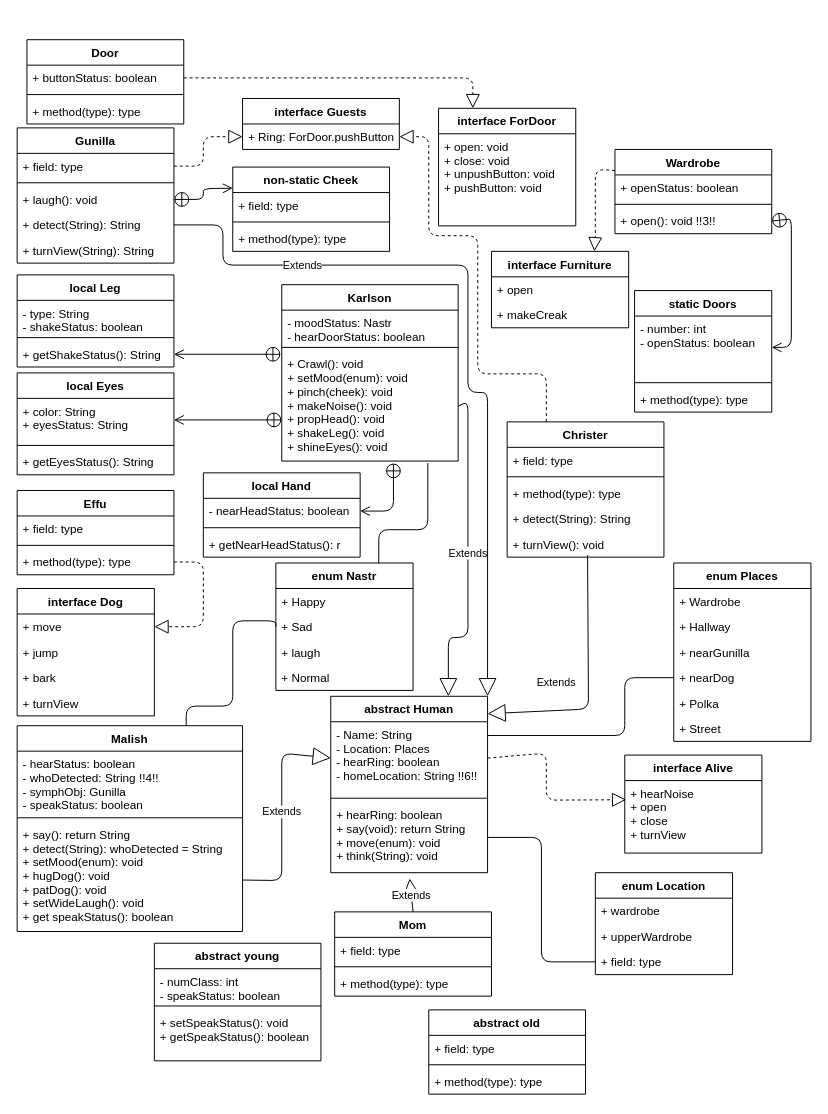
This is ClassDiagramm.drawio from dmittrey/PROG, a draw.io file, before an edit. Source tidied: cells renumbered, new cells numbered last; positions are measured from the earlier drawing's top-left corner, leaving out a move shared by most shapes. Both pictures are drawn from the tidied source at 98%, with x=0, y=0 at pixel (17, 39).
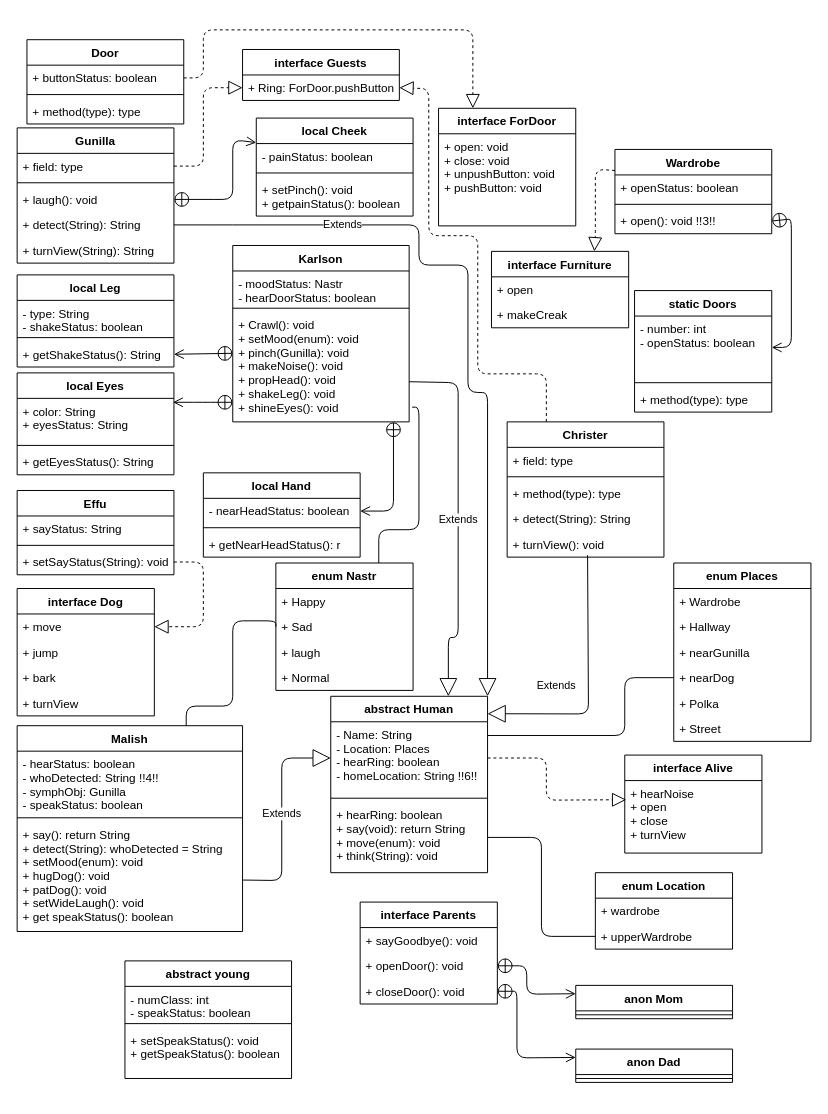
Above is the later version.

Unchanged cells that the change refers to:
```xml
<mxCell id="2" value="Malish" style="swimlane;fontStyle=1;align=center;verticalAlign=top;horizontal=1;startSize=26;" parent="1" vertex="1">
  <mxGeometry y="700" width="230" height="210" as="geometry" />
</mxCell>
<mxCell id="21" value="+ hearNoise&#10;+ open&#10;+ close&#10;+ turnView&#10;" style="text;strokeColor=none;fillColor=none;align=left;verticalAlign=top;spacingLeft=4;spacingRight=4;overflow=hidden;points=[[0,0.5],[1,0.5]];portConstraint=eastwest;" parent="20" vertex="1">
  <mxGeometry y="26" width="140" height="74" as="geometry" />
</mxCell>
<mxCell id="35" value="interface ForDoor" style="swimlane;fontStyle=1;horizontal=1;startSize=26;fillColor=none;" parent="1" vertex="1">
  <mxGeometry x="430" y="70" width="140" height="120" as="geometry" />
</mxCell>
<mxCell id="38" value="+ buttonStatus: boolean" style="text;strokeColor=none;fillColor=none;align=left;verticalAlign=top;spacingLeft=4;spacingRight=4;overflow=hidden;points=[[0,0.5],[1,0.5]];portConstraint=eastwest;" parent="37" vertex="1">
  <mxGeometry y="26" width="160" height="26" as="geometry" />
</mxCell>
<mxCell id="41" value="enum Nastr" style="swimlane;fontStyle=1;horizontal=1;startSize=26;fillColor=none;" parent="1" vertex="1">
  <mxGeometry x="264" y="534" width="140" height="130" as="geometry" />
</mxCell>
<mxCell id="47" value="+ field: type" style="text;strokeColor=none;fillColor=none;align=left;verticalAlign=top;spacingLeft=4;spacingRight=4;overflow=hidden;points=[[0,0.5],[1,0.5]];portConstraint=eastwest;" parent="46" vertex="1">
  <mxGeometry y="26" width="160" height="26" as="geometry" />
</mxCell>
<mxCell id="49" value="+ laugh(): void" style="text;strokeColor=none;fillColor=none;align=left;verticalAlign=top;spacingLeft=4;spacingRight=4;overflow=hidden;points=[[0,0.5],[1,0.5]];portConstraint=eastwest;" parent="46" vertex="1">
  <mxGeometry y="60" width="160" height="26" as="geometry" />
</mxCell>
<mxCell id="50" value="+ detect(String): String" style="text;strokeColor=none;fillColor=none;align=left;verticalAlign=top;spacingLeft=4;spacingRight=4;overflow=hidden;points=[[0,0.5],[1,0.5]];portConstraint=eastwest;" parent="46" vertex="1">
  <mxGeometry y="86" width="160" height="26" as="geometry" />
</mxCell>
<mxCell id="52" value="Christer" style="swimlane;fontStyle=1;align=center;verticalAlign=top;horizontal=1;startSize=26;" parent="1" vertex="1">
  <mxGeometry x="500" y="390" width="160" height="138" as="geometry" />
</mxCell>
<mxCell id="57" value="+ turnView(): void&#10;" style="text;strokeColor=none;fillColor=none;align=left;verticalAlign=top;spacingLeft=4;spacingRight=4;overflow=hidden;points=[[0,0.5],[1,0.5]];portConstraint=eastwest;" parent="52" vertex="1">
  <mxGeometry y="112" width="160" height="26" as="geometry" />
</mxCell>
<mxCell id="65" value="+ Ring: ForDoor.pushButton" style="text;strokeColor=none;fillColor=none;align=left;verticalAlign=top;spacingLeft=4;spacingRight=4;overflow=hidden;points=[[0,0.5],[1,0.5]];portConstraint=eastwest;" parent="64" vertex="1">
  <mxGeometry y="26" width="160" height="26" as="geometry" />
</mxCell>
<mxCell id="71" value="abstract Human" style="swimlane;fontStyle=1;align=center;verticalAlign=top;horizontal=1;startSize=26;" parent="1" vertex="1">
  <mxGeometry x="320" y="670" width="160" height="180" as="geometry" />
</mxCell>
<mxCell id="72" value="- Name: String&#10;- Location: Places&#10;- hearRing: boolean&#10;- homeLocation: String !!6!!" style="text;strokeColor=none;fillColor=none;align=left;verticalAlign=top;spacingLeft=4;spacingRight=4;overflow=hidden;points=[[0,0.5],[1,0.5]];portConstraint=eastwest;" parent="71" vertex="1">
  <mxGeometry y="26" width="160" height="74" as="geometry" />
</mxCell>
<mxCell id="74" value="+ hearRing: boolean&#10;+ say(void): return String&#10;+ move(enum): void&#10;+ think(String): void" style="text;strokeColor=none;fillColor=none;align=left;verticalAlign=top;spacingLeft=4;spacingRight=4;overflow=hidden;points=[[0,0.5],[1,0.5]];portConstraint=eastwest;" parent="71" vertex="1">
  <mxGeometry y="108" width="160" height="72" as="geometry" />
</mxCell>
<mxCell id="85" value="+ upperWardrobe" style="text;strokeColor=none;fillColor=none;align=left;verticalAlign=top;spacingLeft=4;spacingRight=4;overflow=hidden;points=[[0,0.5],[1,0.5]];portConstraint=eastwest;" parent="83" vertex="1">
  <mxGeometry y="52" width="140" height="26" as="geometry" />
</mxCell>
<mxCell id="87" value="Effu" style="swimlane;fontStyle=1;align=center;verticalAlign=top;horizontal=1;startSize=26;" parent="1" vertex="1">
  <mxGeometry y="460" width="160" height="86" as="geometry" />
</mxCell>
<mxCell id="105" value="- nearHeadStatus: boolean" style="text;strokeColor=none;fillColor=none;align=left;verticalAlign=top;spacingLeft=4;spacingRight=4;overflow=hidden;points=[[0,0.5],[1,0.5]];portConstraint=eastwest;" parent="104" vertex="1">
  <mxGeometry y="26" width="160" height="26" as="geometry" />
</mxCell>
<mxCell id="111" value="+ getShakeStatus(): String" style="text;strokeColor=none;fillColor=none;align=left;verticalAlign=top;spacingLeft=4;spacingRight=4;overflow=hidden;points=[[0,0.5],[1,0.5]];portConstraint=eastwest;" parent="108" vertex="1">
  <mxGeometry y="68" width="160" height="26" as="geometry" />
</mxCell>
<mxCell id="115" value="+ color: String&#10;+ eyesStatus: String" style="text;strokeColor=none;fillColor=none;align=left;verticalAlign=top;spacingLeft=4;spacingRight=4;overflow=hidden;points=[[0,0.5],[1,0.5]];portConstraint=eastwest;" parent="114" vertex="1">
  <mxGeometry y="26" width="160" height="44" as="geometry" />
</mxCell>
```

Diff of the diagram source:
```diff
@@
     <mxCell id="6" value="Karlson" style="swimlane;fontStyle=1;align=center;verticalAlign=top;horizontal=1;startSize=26;" parent="1" vertex="1">
-      <mxGeometry x="270" y="250" width="180" height="180" as="geometry" />
+      <mxGeometry x="220" y="210" width="180" height="180" as="geometry" />
     </mxCell>
@@
-    <mxCell id="9" value="+ Crawl(): void&#10;+ setMood(enum): void&#10;+ pinch(cheek): void&#10;+ makeNoise(): void&#10;+ propHead(): void&#10;+ shakeLeg(): void&#10;+ shineEyes(): void" style="text;strokeColor=none;fillColor=none;align=left;verticalAlign=top;spacingLeft=4;spacingRight=4;overflow=hidden;points=[[0,0.5],[1,0.5]];portConstraint=eastwest;" parent="6" vertex="1">
+    <mxCell id="9" value="+ Crawl(): void&#10;+ setMood(enum): void&#10;+ pinch(Gunilla): void&#10;+ makeNoise(): void&#10;+ propHead(): void&#10;+ shakeLeg(): void&#10;+ shineEyes(): void&#10;" style="text;strokeColor=none;fillColor=none;align=left;verticalAlign=top;spacingLeft=4;spacingRight=4;overflow=hidden;points=[[0,0.5],[1,0.5]];portConstraint=eastwest;" parent="6" vertex="1">
       <mxGeometry y="68" width="180" height="112" as="geometry" />
     </mxCell>
@@
     <mxCell id="18" value="Extends" style="endArrow=block;endSize=16;endFill=0;html=1;exitX=1;exitY=0.75;exitDx=0;exitDy=0;entryX=0;entryY=0.5;entryDx=0;entryDy=0;" parent="1" edge="1" source="2" target="72">
       <mxGeometry relative="1" as="geometry">
         <Array as="points">
           <mxPoint x="270" y="858" />
-          <mxPoint x="270" y="728" />
+          <mxPoint x="270" y="733" />
         </Array>
       </mxGeometry>
     </mxCell>
-    <mxCell id="19" value="Extends" style="endArrow=block;endSize=16;endFill=0;html=1;entryX=0.75;entryY=0;entryDx=0;entryDy=0;exitX=1;exitY=0.5;exitDx=0;exitDy=0;" parent="1" edge="1" source="9" target="71">
+    <mxCell id="19" value="Extends" style="endArrow=block;endSize=16;endFill=0;html=1;entryX=0.75;entryY=0;entryDx=0;entryDy=0;exitX=1;exitY=0.634;exitDx=0;exitDy=0;exitPerimeter=0;" parent="1" edge="1" source="9" target="71">
       <mxGeometry relative="1" as="geometry">
         <Array as="points">
-          <mxPoint x="460" y="369" />
-          <mxPoint x="460" y="610" />
+          <mxPoint x="450" y="350" />
+          <mxPoint x="450" y="610" />
           <mxPoint x="440" y="610" />
         </Array>
       </mxGeometry>
     </mxCell>
@@
     <mxCell id="22" style="endArrow=block;dashed=1;endFill=0;endSize=12;html=1;entryX=0.011;entryY=0.264;entryDx=0;entryDy=0;exitX=1;exitY=0.5;exitDx=0;exitDy=0;entryPerimeter=0;" parent="1" edge="1" source="72" target="21">
       <mxGeometry relative="1" as="geometry">
         <Array as="points">
-          <mxPoint x="540" y="728" />
+          <mxPoint x="540" y="733" />
           <mxPoint x="540" y="776" />
         </Array>
       </mxGeometry>
     </mxCell>
@@
     <mxCell id="58" value="Extends" style="endArrow=block;endSize=16;endFill=0;html=1;entryX=1;entryY=-0.111;entryDx=0;entryDy=0;entryPerimeter=0;exitX=0.513;exitY=0.923;exitDx=0;exitDy=0;exitPerimeter=0;" parent="1" edge="1" source="57" target="72">
       <mxGeometry y="-33" relative="1" as="geometry">
         <Array as="points">
-          <mxPoint x="583" y="683" />
+          <mxPoint x="583" y="688" />
         </Array>
       </mxGeometry>
     </mxCell>
     <mxCell id="59" value="Extends" style="endArrow=block;endSize=16;endFill=0;html=1;exitX=1;exitY=0.5;exitDx=0;exitDy=0;entryX=1;entryY=0;entryDx=0;entryDy=0;" parent="1" edge="1" source="50" target="71">
       <mxGeometry x="-0.57" relative="1" as="geometry">
         <Array as="points">
           <mxPoint x="210" y="189" />
-          <mxPoint x="210" y="230" />
+          <mxPoint x="410" y="189" />
+          <mxPoint x="410" y="230" />
           <mxPoint x="460" y="230" />
           <mxPoint x="460" y="360" />
           <mxPoint x="480" y="360" />
         </Array>
       </mxGeometry>
     </mxCell>
     <mxCell id="60" style="endArrow=block;dashed=1;endFill=0;endSize=12;html=1;exitX=1;exitY=0.5;exitDx=0;exitDy=0;entryX=0.25;entryY=0;entryDx=0;entryDy=0;" parent="1" edge="1" source="38" target="35">
       <mxGeometry relative="1" as="geometry">
         <Array as="points">
           <mxPoint x="190" y="39" />
-          <mxPoint x="465" y="39" />
+          <mxPoint x="190" y="-10" />
+          <mxPoint x="465" y="-10" />
         </Array>
       </mxGeometry>
     </mxCell>
     <mxCell id="61" style="endArrow=block;dashed=1;endFill=0;endSize=12;html=1;exitX=1;exitY=0.5;exitDx=0;exitDy=0;entryX=0;entryY=0.5;entryDx=0;entryDy=0;" parent="1" edge="1" source="47" target="65">
       <mxGeometry relative="1" as="geometry">
         <Array as="points">
           <mxPoint x="190" y="129" />
-          <mxPoint x="190" y="99" />
+          <mxPoint x="190" y="49" />
         </Array>
       </mxGeometry>
     </mxCell>
     <mxCell id="62" style="endArrow=block;dashed=1;endFill=0;endSize=12;html=1;exitX=0.25;exitY=0;exitDx=0;exitDy=0;entryX=1;entryY=0.5;entryDx=0;entryDy=0;" parent="1" edge="1" source="52" target="65">
       <mxGeometry relative="1" as="geometry">
         <Array as="points">
           <mxPoint x="540" y="341" />
           <mxPoint x="470" y="341" />
           <mxPoint x="470" y="200" />
           <mxPoint x="420" y="200" />
-          <mxPoint x="420" y="99" />
+          <mxPoint x="420" y="50" />
         </Array>
       </mxGeometry>
     </mxCell>
-    <mxCell id="63" style="endArrow=none;html=1;edgeStyle=orthogonalEdgeStyle;exitX=0;exitY=0.5;exitDx=0;exitDy=0;entryX=1;entryY=0.5;entryDx=0;entryDy=0;" parent="1" edge="1" source="86" target="74">
+    <mxCell id="63" style="endArrow=none;html=1;edgeStyle=orthogonalEdgeStyle;exitX=0;exitY=0.5;exitDx=0;exitDy=0;entryX=1;entryY=0.5;entryDx=0;entryDy=0;" parent="1" edge="1" source="85" target="74">
       <mxGeometry relative="1" as="geometry" />
     </mxCell>
     <mxCell id="64" value="interface Guests" style="swimlane;fontStyle=1;horizontal=1;startSize=26;fillColor=none;" parent="1" vertex="1">
-      <mxGeometry x="230" y="60" width="160" height="52" as="geometry" />
+      <mxGeometry x="230" y="10" width="160" height="52" as="geometry" />
     </mxCell>
@@
-    <mxCell id="66" value="Mom" style="swimlane;fontStyle=1;align=center;verticalAlign=top;horizontal=1;startSize=26;" parent="1" vertex="1">
-      <mxGeometry x="324" y="890" width="160" height="86" as="geometry" />
+    <mxCell id="66" value="anon Mom" style="swimlane;fontStyle=1;align=center;verticalAlign=top;horizontal=1;startSize=26;" parent="1" vertex="1">
+      <mxGeometry x="570" y="965" width="160" height="34" as="geometry" />
     </mxCell>
-    <mxCell id="67" value="+ field: type" style="text;strokeColor=none;fillColor=none;align=left;verticalAlign=top;spacingLeft=4;spacingRight=4;overflow=hidden;" parent="66" vertex="1">
-      <mxGeometry y="26" width="160" height="26" as="geometry" />
-    </mxCell>
     <mxCell id="68" style="line;strokeWidth=1;fillColor=none;align=left;verticalAlign=middle;spacingTop=-1;spacingLeft=3;spacingRight=3;labelPosition=right;" parent="66" vertex="1">
-      <mxGeometry y="52" width="160" height="8" as="geometry" />
+      <mxGeometry y="26" width="160" height="8" as="geometry" />
     </mxCell>
-    <mxCell id="69" value="+ method(type): type" style="text;strokeColor=none;fillColor=none;align=left;verticalAlign=top;spacingLeft=4;spacingRight=4;overflow=hidden;" parent="66" vertex="1">
-      <mxGeometry y="60" width="160" height="26" as="geometry" />
-    </mxCell>
-    <mxCell id="70" value="Extends" style="endArrow=block;endSize=16;endFill=0;html=1;entryX=0.503;entryY=1.083;entryDx=0;entryDy=0;entryPerimeter=0;exitX=0.5;exitY=0;exitDx=0;exitDy=0;" parent="1" edge="1" source="66" target="74">
-      <mxGeometry relative="1" as="geometry" />
-    </mxCell>
@@
     <mxCell id="75" value="abstract young" style="swimlane;fontStyle=1;align=center;verticalAlign=top;horizontal=1;startSize=26;" parent="1" vertex="1">
-      <mxGeometry x="140" y="922" width="170" height="120" as="geometry" />
+      <mxGeometry x="110" y="940" width="170" height="120" as="geometry" />
     </mxCell>
@@
-    <mxCell id="79" value="abstract old" style="swimlane;fontStyle=1;align=center;verticalAlign=top;horizontal=1;startSize=26;" parent="1" vertex="1">
-      <mxGeometry x="420" y="990" width="160" height="86" as="geometry" />
-    </mxCell>
-    <mxCell id="80" value="+ field: type" style="text;strokeColor=none;fillColor=none;align=left;verticalAlign=top;spacingLeft=4;spacingRight=4;overflow=hidden;" parent="79" vertex="1">
-      <mxGeometry y="26" width="160" height="26" as="geometry" />
-    </mxCell>
-    <mxCell id="81" style="line;strokeWidth=1;fillColor=none;align=left;verticalAlign=middle;spacingTop=-1;spacingLeft=3;spacingRight=3;labelPosition=right;" parent="79" vertex="1">
-      <mxGeometry y="52" width="160" height="8" as="geometry" />
-    </mxCell>
-    <mxCell id="82" value="+ method(type): type" style="text;strokeColor=none;fillColor=none;align=left;verticalAlign=top;spacingLeft=4;spacingRight=4;overflow=hidden;" parent="79" vertex="1">
-      <mxGeometry y="60" width="160" height="26" as="geometry" />
-    </mxCell>
     <mxCell id="83" value="enum Location" style="swimlane;fontStyle=1;horizontal=1;startSize=26;fillColor=none;" parent="1" vertex="1">
-      <mxGeometry x="590" y="850" width="140" height="104" as="geometry" />
+      <mxGeometry x="590" y="850" width="140" height="78" as="geometry" />
     </mxCell>
@@
-    <mxCell id="86" value="+ field: type" style="text;strokeColor=none;fillColor=none;align=left;verticalAlign=top;spacingLeft=4;spacingRight=4;overflow=hidden;points=[[0,0.5],[1,0.5]];portConstraint=eastwest;" parent="83" vertex="1">
-      <mxGeometry y="78" width="140" height="26" as="geometry" />
-    </mxCell>
@@
-    <mxCell id="88" value="+ field: type" style="text;strokeColor=none;fillColor=none;align=left;verticalAlign=top;spacingLeft=4;spacingRight=4;overflow=hidden;" parent="87" vertex="1">
+    <mxCell id="88" value="+ sayStatus: String" style="text;strokeColor=none;fillColor=none;align=left;verticalAlign=top;spacingLeft=4;spacingRight=4;overflow=hidden;" parent="87" vertex="1">
       <mxGeometry y="26" width="160" height="26" as="geometry" />
     </mxCell>
@@
-    <mxCell id="90" value="+ method(type): type" style="text;strokeColor=none;fillColor=none;align=left;verticalAlign=top;spacingLeft=4;spacingRight=4;overflow=hidden;points=[[0,0.5],[1,0.5]];portConstraint=eastwest;" parent="87" vertex="1">
+    <mxCell id="90" value="+ setSayStatus(String): void" style="text;strokeColor=none;fillColor=none;align=left;verticalAlign=top;spacingLeft=4;spacingRight=4;overflow=hidden;points=[[0,0.5],[1,0.5]];portConstraint=eastwest;" parent="87" vertex="1">
       <mxGeometry y="60" width="160" height="26" as="geometry" />
     </mxCell>
@@
-    <mxCell id="98" value="non-static Cheek" style="swimlane;fontStyle=1;align=center;verticalAlign=top;horizontal=1;startSize=26;" parent="1" vertex="1">
-      <mxGeometry x="220" y="130" width="160" height="86" as="geometry" />
+    <mxCell id="98" value="local Cheek" style="swimlane;fontStyle=1;align=center;verticalAlign=top;horizontal=1;startSize=26;" parent="1" vertex="1">
+      <mxGeometry x="244" y="80" width="160" height="100" as="geometry" />
     </mxCell>
-    <mxCell id="99" value="+ field: type" style="text;strokeColor=none;fillColor=none;align=left;verticalAlign=top;spacingLeft=4;spacingRight=4;overflow=hidden;" parent="98" vertex="1">
+    <mxCell id="99" value="- painStatus: boolean" style="text;strokeColor=none;fillColor=none;align=left;verticalAlign=top;spacingLeft=4;spacingRight=4;overflow=hidden;" parent="98" vertex="1">
       <mxGeometry y="26" width="160" height="26" as="geometry" />
     </mxCell>
@@
-    <mxCell id="101" value="+ method(type): type" style="text;strokeColor=none;fillColor=none;align=left;verticalAlign=top;spacingLeft=4;spacingRight=4;overflow=hidden;" parent="98" vertex="1">
-      <mxGeometry y="60" width="160" height="26" as="geometry" />
+    <mxCell id="101" value="+ setPinch(): void&#10;+ getpainStatus(): boolean" style="text;strokeColor=none;fillColor=none;align=left;verticalAlign=top;spacingLeft=4;spacingRight=4;overflow=hidden;" parent="98" vertex="1">
+      <mxGeometry y="60" width="160" height="40" as="geometry" />
     </mxCell>
     <mxCell id="102" style="endArrow=open;startArrow=circlePlus;endFill=0;startFill=0;endSize=8;html=1;exitX=1;exitY=0.5;exitDx=0;exitDy=0;entryX=0;entryY=0.25;entryDx=0;entryDy=0;" parent="1" edge="1" source="49" target="98">
       <mxGeometry relative="1" as="geometry">
         <Array as="points">
           <mxPoint x="190" y="163" />
-          <mxPoint x="190" y="152" />
+          <mxPoint x="220" y="163" />
+          <mxPoint x="220" y="102" />
         </Array>
       </mxGeometry>
     </mxCell>
@@
     <mxCell id="112" style="endArrow=open;startArrow=circlePlus;endFill=0;startFill=0;endSize=8;html=1;entryX=1;entryY=0.5;entryDx=0;entryDy=0;" parent="1" edge="1" target="111">
       <mxGeometry relative="1" as="geometry">
-        <mxPoint x="269" y="321" as="sourcePoint" />
+        <mxPoint x="220" y="320" as="sourcePoint" />
       </mxGeometry>
     </mxCell>
-    <mxCell id="113" style="endArrow=open;startArrow=circlePlus;endFill=0;startFill=0;endSize=8;html=1;exitX=0.633;exitY=1.018;exitDx=0;exitDy=0;entryX=1;entryY=0.5;entryDx=0;entryDy=0;exitPerimeter=0;" parent="1" edge="1" source="9" target="105">
+    <mxCell id="113" style="endArrow=open;startArrow=circlePlus;endFill=0;startFill=0;endSize=8;html=1;entryX=1;entryY=0.5;entryDx=0;entryDy=0;" parent="1" edge="1" target="105">
       <mxGeometry relative="1" as="geometry">
+        <mxPoint x="384" y="390" as="sourcePoint" />
         <Array as="points">
           <mxPoint x="384" y="481" />
         </Array>
       </mxGeometry>
     </mxCell>
@@
-    <mxCell id="118" style="endArrow=none;html=1;edgeStyle=orthogonalEdgeStyle;entryX=0.75;entryY=0;entryDx=0;entryDy=0;exitX=0.828;exitY=1.018;exitDx=0;exitDy=0;exitPerimeter=0;" parent="1" edge="1" source="9" target="41">
+    <mxCell id="118" style="endArrow=none;html=1;edgeStyle=orthogonalEdgeStyle;entryX=0.75;entryY=0;entryDx=0;entryDy=0;exitX=1.017;exitY=0.866;exitDx=0;exitDy=0;exitPerimeter=0;" parent="1" edge="1" source="9" target="41">
       <mxGeometry relative="1" as="geometry">
         <Array as="points">
-          <mxPoint x="419" y="500" />
+          <mxPoint x="410" y="375" />
+          <mxPoint x="410" y="500" />
           <mxPoint x="369" y="500" />
         </Array>
       </mxGeometry>
     </mxCell>
-    <mxCell id="119" style="endArrow=open;startArrow=circlePlus;endFill=0;startFill=0;endSize=8;html=1;entryX=1;entryY=0.5;entryDx=0;entryDy=0;exitX=0;exitY=0.625;exitDx=0;exitDy=0;exitPerimeter=0;" parent="1" edge="1" source="9" target="115">
+    <mxCell id="119" style="endArrow=open;startArrow=circlePlus;endFill=0;startFill=0;endSize=8;html=1;entryX=0.994;entryY=0.091;entryDx=0;entryDy=0;entryPerimeter=0;" parent="1" edge="1" target="115">
       <mxGeometry relative="1" as="geometry">
+        <mxPoint x="220" y="370" as="sourcePoint" />
         <Array as="points">
-          <mxPoint x="230" y="388" />
+          <mxPoint x="190" y="370" />
         </Array>
       </mxGeometry>
     </mxCell>
+    <mxCell id="120" value="interface Parents" style="swimlane;fontStyle=1;horizontal=1;startSize=26;fillColor=none;" parent="1" vertex="1">
+      <mxGeometry x="350" y="880" width="140" height="104" as="geometry" />
+    </mxCell>
+    <mxCell id="121" value="+ sayGoodbye(): void" style="text;strokeColor=none;fillColor=none;align=left;verticalAlign=top;spacingLeft=4;spacingRight=4;overflow=hidden;" parent="120" vertex="1">
+      <mxGeometry y="26" width="140" height="26" as="geometry" />
+    </mxCell>
+    <mxCell id="122" value="+ openDoor(): void" style="text;strokeColor=none;fillColor=none;align=left;verticalAlign=top;spacingLeft=4;spacingRight=4;overflow=hidden;points=[[0,0.5],[1,0.5]];portConstraint=eastwest;" parent="120" vertex="1">
+      <mxGeometry y="52" width="140" height="26" as="geometry" />
+    </mxCell>
+    <mxCell id="123" value="+ closeDoor(): void" style="text;strokeColor=none;fillColor=none;align=left;verticalAlign=top;spacingLeft=4;spacingRight=4;overflow=hidden;points=[[0,0.5],[1,0.5]];portConstraint=eastwest;" parent="120" vertex="1">
+      <mxGeometry y="78" width="140" height="26" as="geometry" />
+    </mxCell>
+    <mxCell id="124" value="anon Dad" style="swimlane;fontStyle=1;align=center;verticalAlign=top;horizontal=1;startSize=26;" parent="1" vertex="1">
+      <mxGeometry x="570" y="1030" width="160" height="34" as="geometry" />
+    </mxCell>
+    <mxCell id="125" style="line;strokeWidth=1;fillColor=none;align=left;verticalAlign=middle;spacingTop=-1;spacingLeft=3;spacingRight=3;labelPosition=right;" parent="124" vertex="1">
+      <mxGeometry y="26" width="160" height="8" as="geometry" />
+    </mxCell>
+    <mxCell id="126" style="endArrow=open;startArrow=circlePlus;endFill=0;startFill=0;endSize=8;html=1;entryX=0;entryY=0.25;entryDx=0;entryDy=0;exitX=1;exitY=0.5;exitDx=0;exitDy=0;" parent="1" edge="1" source="122" target="66">
+      <mxGeometry relative="1" as="geometry">
+        <Array as="points">
+          <mxPoint x="520" y="945" />
+          <mxPoint x="520" y="974" />
+        </Array>
+      </mxGeometry>
+    </mxCell>
+    <mxCell id="127" style="endArrow=open;startArrow=circlePlus;endFill=0;startFill=0;endSize=8;html=1;entryX=0;entryY=0.25;entryDx=0;entryDy=0;exitX=1;exitY=0.5;exitDx=0;exitDy=0;" parent="1" edge="1" source="123" target="124">
+      <mxGeometry relative="1" as="geometry">
+        <Array as="points">
+          <mxPoint x="510" y="971" />
+          <mxPoint x="510" y="1039" />
+        </Array>
+      </mxGeometry>
+    </mxCell>
```
